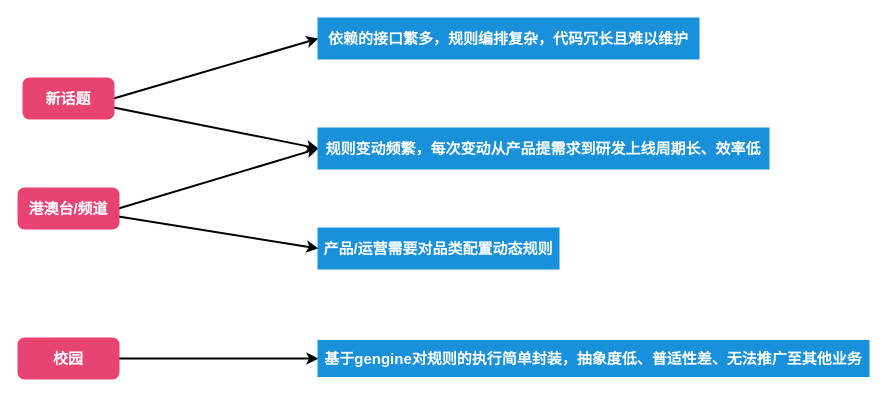
This is 垂直业务众多收录服务迭代与维护之痛.drawio from smartcharles/tech_draw, a draw.io file, before an edit. Source tidied: cells renumbered, new cells numbered last; positions are measured from the earlier drawing's top-left corner, leaving out a move shared by most shapes. Both pictures are drawn from the tidied source at 100%, with x=0, y=0 at pixel (18, 18).
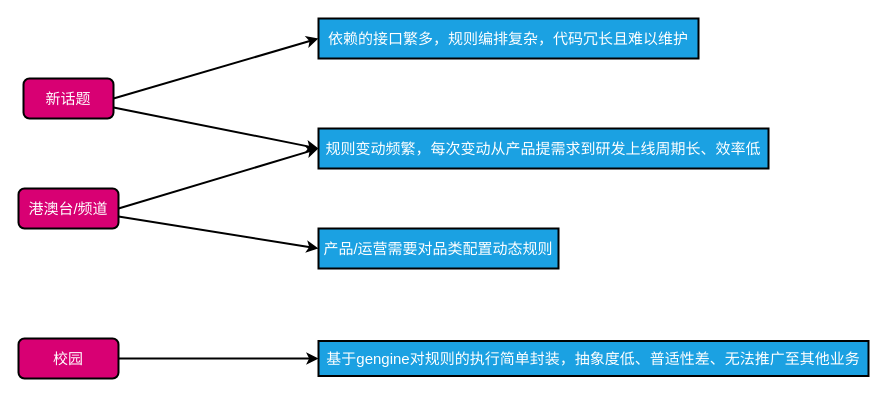
The same page after the edit.

Commit message (it also covers changes not shown here):
更新垂直业务众多收录服务迭代与维护之痛.drawio

The edit, as a diff of the source:
```diff
@@
 <mxGraphModel>
   <root>
     <mxCell id="0" />
     <mxCell id="1" parent="0" />
     <mxCell id="2" style="rounded=0;jettySize=auto;html=1;entryX=0;entryY=0.5;entryDx=0;entryDy=0;strokeWidth=2;" parent="1" edge="1" source="4" target="10">
       <mxGeometry relative="1" as="geometry" />
     </mxCell>
     <mxCell id="3" style="edgeStyle=none;rounded=0;jettySize=auto;html=1;entryX=0;entryY=0.5;entryDx=0;entryDy=0;exitX=1;exitY=0.5;exitDx=0;exitDy=0;strokeWidth=2;" parent="1" edge="1" source="4" target="12">
       <mxGeometry relative="1" as="geometry" />
     </mxCell>
-    <mxCell id="4" value="&lt;font color=&quot;#ffffff&quot; style=&quot;font-size: 15px;&quot;&gt;&lt;b&gt;新话题&lt;/b&gt;&lt;/font&gt;" style="rounded=1;whiteSpace=wrap;html=1;fillColor=#E84473;strokeColor=#E84473;strokeWidth=2;" parent="1" vertex="1">
+    <mxCell id="4" value="&lt;font color=&quot;#ffffff&quot; style=&quot;font-size: 15px;&quot;&gt;&lt;span&gt;新话题&lt;/span&gt;&lt;/font&gt;" style="rounded=1;whiteSpace=wrap;html=1;fillColor=#d80073;strokeColor=#000000;strokeWidth=2;fontStyle=0;fontColor=#ffffff;" parent="1" vertex="1">
       <mxGeometry x="5" y="60" width="90" height="40" as="geometry" />
     </mxCell>
     <mxCell id="5" style="rounded=0;jettySize=auto;html=1;entryX=0;entryY=0.5;entryDx=0;entryDy=0;strokeWidth=2;" parent="1" edge="1" source="7" target="11">
       <mxGeometry relative="1" as="geometry" />
     </mxCell>
     <mxCell id="6" style="edgeStyle=none;rounded=0;jettySize=auto;html=1;entryX=0;entryY=0.5;entryDx=0;entryDy=0;exitX=1;exitY=0.5;exitDx=0;exitDy=0;strokeWidth=2;" parent="1" edge="1" source="7" target="10">
       <mxGeometry relative="1" as="geometry" />
     </mxCell>
-    <mxCell id="7" value="&lt;font color=&quot;#ffffff&quot; style=&quot;font-size: 15px;&quot;&gt;&lt;b&gt;港澳台/频道&lt;/b&gt;&lt;/font&gt;" style="rounded=1;whiteSpace=wrap;html=1;fillColor=#E84473;strokeColor=#E84473;strokeWidth=2;" parent="1" vertex="1">
+    <mxCell id="7" value="&lt;font color=&quot;#ffffff&quot; style=&quot;font-size: 15px;&quot;&gt;&lt;span&gt;港澳台/频道&lt;/span&gt;&lt;/font&gt;" style="rounded=1;whiteSpace=wrap;html=1;fillColor=#d80073;strokeColor=#000000;strokeWidth=2;fontStyle=0;fontColor=#ffffff;" parent="1" vertex="1">
       <mxGeometry y="170" width="100" height="40" as="geometry" />
     </mxCell>
     <mxCell id="8" style="edgeStyle=orthogonalEdgeStyle;rounded=0;jettySize=auto;html=1;entryX=0;entryY=0.5;entryDx=0;entryDy=0;strokeWidth=2;" parent="1" edge="1" source="9" target="13">
       <mxGeometry relative="1" as="geometry" />
     </mxCell>
-    <mxCell id="9" value="&lt;font color=&quot;#ffffff&quot; style=&quot;font-size: 15px;&quot;&gt;&lt;b&gt;校园&lt;/b&gt;&lt;/font&gt;" style="rounded=1;whiteSpace=wrap;html=1;fillColor=#E84473;strokeColor=#E84473;strokeWidth=2;" parent="1" vertex="1">
+    <mxCell id="9" value="&lt;font color=&quot;#ffffff&quot; style=&quot;font-size: 15px;&quot;&gt;&lt;span&gt;校园&lt;/span&gt;&lt;/font&gt;" style="rounded=1;whiteSpace=wrap;html=1;fillColor=#d80073;strokeColor=#000000;strokeWidth=2;fontStyle=0;fontColor=#ffffff;" parent="1" vertex="1">
       <mxGeometry y="320" width="100" height="40" as="geometry" />
     </mxCell>
-    <mxCell id="10" value="&lt;font color=&quot;#ffffff&quot; style=&quot;font-size: 15px;&quot;&gt;&lt;b&gt;规则变动频繁，每次变动从产品提需求到研发上线周期长、效率低&lt;/b&gt;&lt;/font&gt;" style="rounded=0;whiteSpace=wrap;html=1;fillColor=#1890DA;strokeColor=#1890DA;strokeWidth=2;" parent="1" vertex="1">
+    <mxCell id="10" value="&lt;font color=&quot;#ffffff&quot; style=&quot;font-size: 15px;&quot;&gt;&lt;span&gt;规则变动频繁，每次变动从产品提需求到研发上线周期长、效率低&lt;/span&gt;&lt;/font&gt;" style="rounded=0;whiteSpace=wrap;html=1;fillColor=#1ba1e2;strokeColor=#000000;strokeWidth=2;fontStyle=0;fontColor=#ffffff;" parent="1" vertex="1">
       <mxGeometry x="300" y="110" width="450" height="40" as="geometry" />
     </mxCell>
-    <mxCell id="11" value="&lt;font color=&quot;#ffffff&quot;&gt;&lt;span style=&quot;font-size: 15px;&quot;&gt;&lt;b&gt;产品/运营需要对品类配置动态规则&lt;/b&gt;&lt;/span&gt;&lt;/font&gt;" style="rounded=0;whiteSpace=wrap;html=1;fillColor=#1890DA;strokeColor=#1890DA;strokeWidth=2;" parent="1" vertex="1">
+    <mxCell id="11" value="&lt;font color=&quot;#ffffff&quot;&gt;&lt;span style=&quot;font-size: 15px;&quot;&gt;&lt;span&gt;产品/运营需要对品类配置动态规则&lt;/span&gt;&lt;/span&gt;&lt;/font&gt;" style="rounded=0;whiteSpace=wrap;html=1;fillColor=#1ba1e2;strokeColor=#000000;strokeWidth=2;fontStyle=0;fontColor=#ffffff;" parent="1" vertex="1">
       <mxGeometry x="300" y="210" width="240" height="40" as="geometry" />
     </mxCell>
-    <mxCell id="12" value="&lt;font color=&quot;#ffffff&quot; style=&quot;font-size: 15px;&quot;&gt;&lt;b&gt;依赖的接口繁多，规则编排复杂，代码冗长且难以维护&lt;/b&gt;&lt;/font&gt;" style="rounded=0;whiteSpace=wrap;html=1;fillColor=#1890DA;strokeColor=#1890DA;strokeWidth=2;" parent="1" vertex="1">
+    <mxCell id="12" value="&lt;font color=&quot;#ffffff&quot; style=&quot;font-size: 15px;&quot;&gt;&lt;span&gt;依赖的接口繁多，规则编排复杂，代码冗长且难以维护&lt;/span&gt;&lt;/font&gt;" style="rounded=0;whiteSpace=wrap;html=1;fillColor=#1ba1e2;strokeColor=#000000;strokeWidth=2;fontStyle=0;fontColor=#ffffff;" parent="1" vertex="1">
       <mxGeometry x="300" width="380" height="40" as="geometry" />
     </mxCell>
-    <mxCell id="13" value="&lt;font color=&quot;#ffffff&quot; style=&quot;font-size: 15px;&quot;&gt;&lt;b&gt;基于gengine对规则的执行简单封装，抽象度低、普适性差、无法推广至其他业务&lt;/b&gt;&lt;/font&gt;" style="rounded=0;whiteSpace=wrap;html=1;fillColor=#1890DA;strokeColor=#1890DA;strokeWidth=2;" parent="1" vertex="1">
+    <mxCell id="13" value="&lt;font color=&quot;#ffffff&quot; style=&quot;font-size: 15px;&quot;&gt;&lt;span&gt;基于gengine对规则的执行简单封装，抽象度低、普适性差、无法推广至其他业务&lt;/span&gt;&lt;/font&gt;" style="rounded=0;whiteSpace=wrap;html=1;fillColor=#1ba1e2;strokeColor=#000000;strokeWidth=2;fontStyle=0;fontColor=#ffffff;" parent="1" vertex="1">
       <mxGeometry x="300" y="322.5" width="550" height="35" as="geometry" />
     </mxCell>
   </root>
 </mxGraphModel>
```
